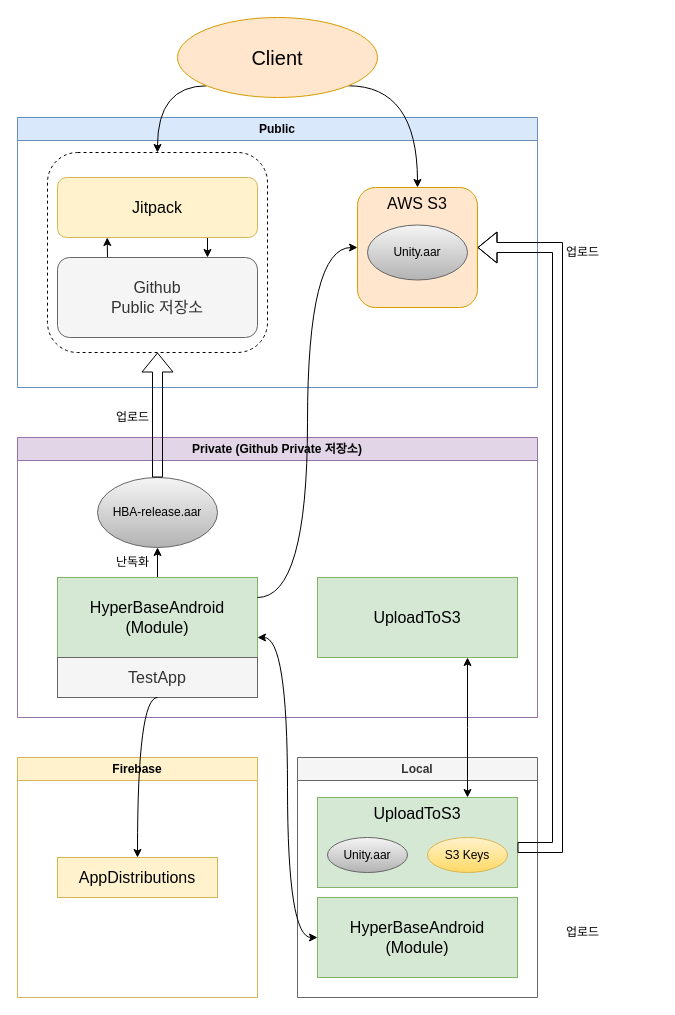
The draw.io diagram 제목 없는 다이어그램.drawio in nudge411/testPublic, before the edit. Source tidied: cells renumbered, new cells numbered last; positions are measured from the earlier drawing's top-left corner, leaving out a move shared by most shapes. Both pictures are drawn from the tidied source at 100%, with x=0, y=0 at pixel (17, 17).
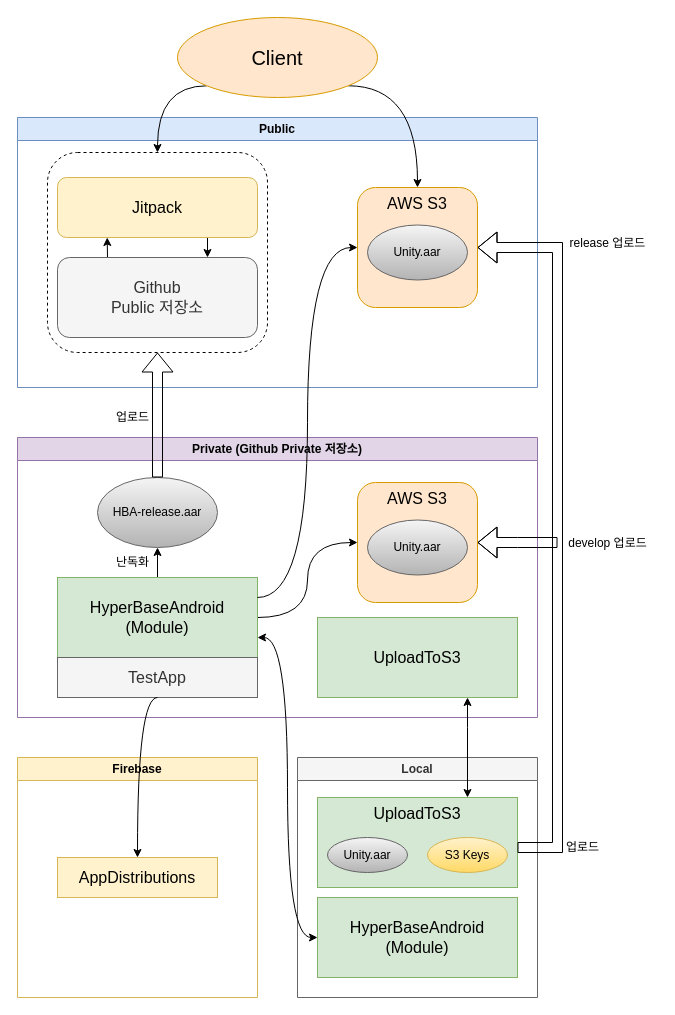
The same page after the edit.

Commit message:
제목 없는 다이어그램.drawio 업데이트

Unchanged cells that the change refers to:
```xml
<mxCell id="10" value="Private (Github Private 저장소)" style="swimlane;whiteSpace=wrap;html=1;fillColor=#e1d5e7;strokeColor=#9673a6;" parent="1" vertex="1">
  <mxGeometry y="420" width="520" height="280" as="geometry" />
</mxCell>
<mxCell id="12" value="HyperBaseAndroid&lt;br&gt;(Module)" style="rounded=0;whiteSpace=wrap;html=1;fillColor=#d5e8d4;strokeColor=#82b366;fontSize=16;" parent="10" vertex="1">
  <mxGeometry x="40" y="140" width="200" height="80" as="geometry" />
</mxCell>
```

The edit, as a diff of the source:
```diff
@@
+    <mxCell id="36" style="edgeStyle=orthogonalEdgeStyle;jettySize=auto;html=1;exitX=1;exitY=0.5;exitDx=0;exitDy=0;entryX=0;entryY=0.5;entryDx=0;entryDy=0;curved=1;" parent="10" edge="1" source="12" target="38">
+      <mxGeometry relative="1" as="geometry" />
+    </mxCell>
@@
     <mxCell id="14" value="UploadToS3" style="rounded=0;whiteSpace=wrap;html=1;fillColor=#d5e8d4;strokeColor=#82b366;fontSize=16;" parent="10" vertex="1">
-      <mxGeometry x="300" y="140" width="200" height="80" as="geometry" />
+      <mxGeometry x="300" y="180" width="200" height="80" as="geometry" />
     </mxCell>
@@
+    <mxCell id="37" style="edgeStyle=orthogonalEdgeStyle;rounded=0;jettySize=auto;html=1;exitX=1;exitY=0.5;exitDx=0;exitDy=0;shape=flexArrow;startArrow=block;endArrow=none;endFill=0;" parent="10" edge="1" source="38">
+      <mxGeometry relative="1" as="geometry">
+        <mxPoint x="540" y="105" as="targetPoint" />
+      </mxGeometry>
+    </mxCell>
+    <mxCell id="38" value="AWS S3" style="rounded=1;whiteSpace=wrap;html=1;fontSize=16;fillColor=#ffe6cc;strokeColor=#d79b00;horizontal=1;verticalAlign=top;" parent="10" vertex="1">
+      <mxGeometry x="340" y="45" width="120" height="120" as="geometry" />
+    </mxCell>
+    <mxCell id="39" value="Unity.aar" style="ellipse;whiteSpace=wrap;html=1;fillColor=#f5f5f5;strokeColor=#666666;gradientColor=#b3b3b3;" parent="10" vertex="1">
+      <mxGeometry x="350" y="82.5" width="100" height="55" as="geometry" />
+    </mxCell>
@@
-    <mxCell id="32" value="업로드" style="text;html=1;align=center;verticalAlign=middle;strokeColor=none;fillColor=none;" parent="1" vertex="1">
-      <mxGeometry x="540" y="220" width="50" height="30" as="geometry" />
+    <mxCell id="32" value="release 업로드" style="text;html=1;align=center;verticalAlign=middle;strokeColor=none;fillColor=none;" parent="1" vertex="1">
+      <mxGeometry x="540" y="211" width="100" height="30" as="geometry" />
     </mxCell>
@@
     <mxCell id="34" value="업로드" style="text;html=1;align=center;verticalAlign=middle;strokeColor=none;fillColor=none;" parent="1" vertex="1">
-      <mxGeometry x="540" y="900" width="50" height="30" as="geometry" />
+      <mxGeometry x="540" y="815" width="50" height="30" as="geometry" />
     </mxCell>
@@
+    <mxCell id="40" value="develop 업로드" style="text;html=1;align=center;verticalAlign=middle;strokeColor=none;fillColor=none;" parent="1" vertex="1">
+      <mxGeometry x="540" y="511" width="100" height="30" as="geometry" />
+    </mxCell>
```
